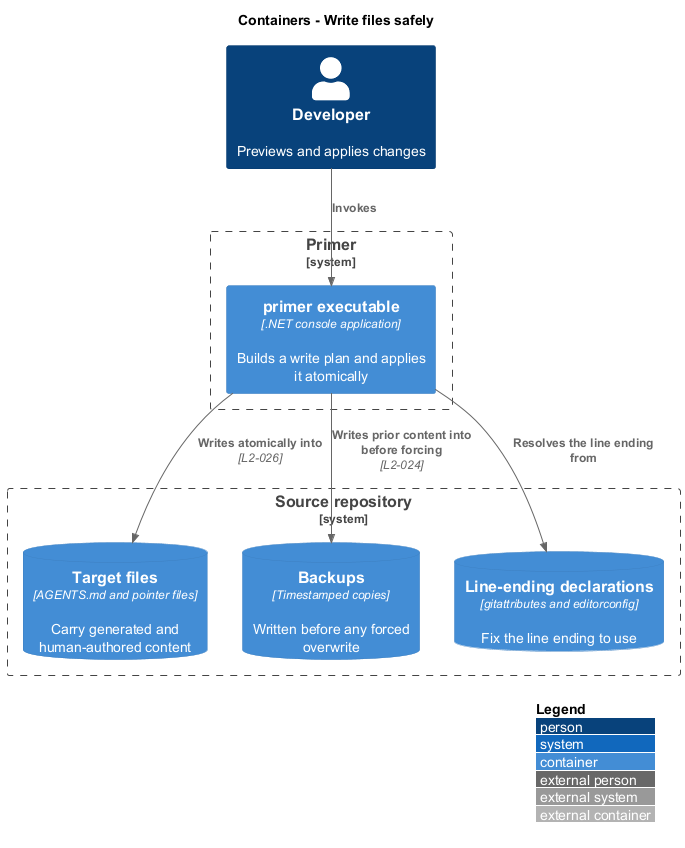
This is docs/detailed-designs/agent-file-generation/write-files-safely/diagrams/c4-container.png from QuinntyneBrown/primer, a PlantUML export, as it was before one commit. Its diagram source:
```plantuml
@startuml
!include <C4/C4_Container>
LAYOUT_WITH_LEGEND()
title Containers - Write files safely

Person(dev, "Developer", "Previews and applies changes")

System_Boundary(primer, "Primer") {
  Container(exe, "primer executable", ".NET console application", "Builds a write plan and applies it atomically")
}

System_Boundary(repo, "Source repository") {
  ContainerDb(targets, "Target files", "AGENTS.md and pointer files", "Carry generated and human-authored content")
  ContainerDb(backups, "Backups", "Timestamped copies", "Written before any forced overwrite")
  ContainerDb(declarations, "Line-ending declarations", "gitattributes and editorconfig", "Fix the line ending to use")
}

Rel(dev, exe, "Invokes")
Rel(exe, declarations, "Resolves the line ending from")
Rel(exe, targets, "Writes atomically into", "L2-026")
Rel(exe, backups, "Writes prior content into before forcing", "L2-024")
@enduml
```
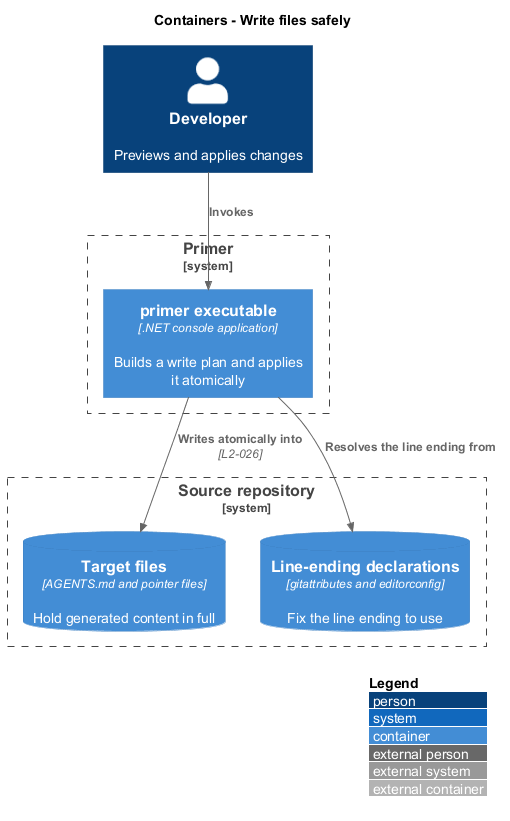
After the commit.

The edit, as a diff of the source:
```diff
@@ -10,13 +10,11 @@
 }
 
 System_Boundary(repo, "Source repository") {
-  ContainerDb(targets, "Target files", "AGENTS.md and pointer files", "Carry generated and human-authored content")
-  ContainerDb(backups, "Backups", "Timestamped copies", "Written before any forced overwrite")
+  ContainerDb(targets, "Target files", "AGENTS.md and pointer files", "Hold generated content in full")
   ContainerDb(declarations, "Line-ending declarations", "gitattributes and editorconfig", "Fix the line ending to use")
 }
 
 Rel(dev, exe, "Invokes")
 Rel(exe, declarations, "Resolves the line ending from")
 Rel(exe, targets, "Writes atomically into", "L2-026")
-Rel(exe, backups, "Writes prior content into before forcing", "L2-024")
 @enduml
```
